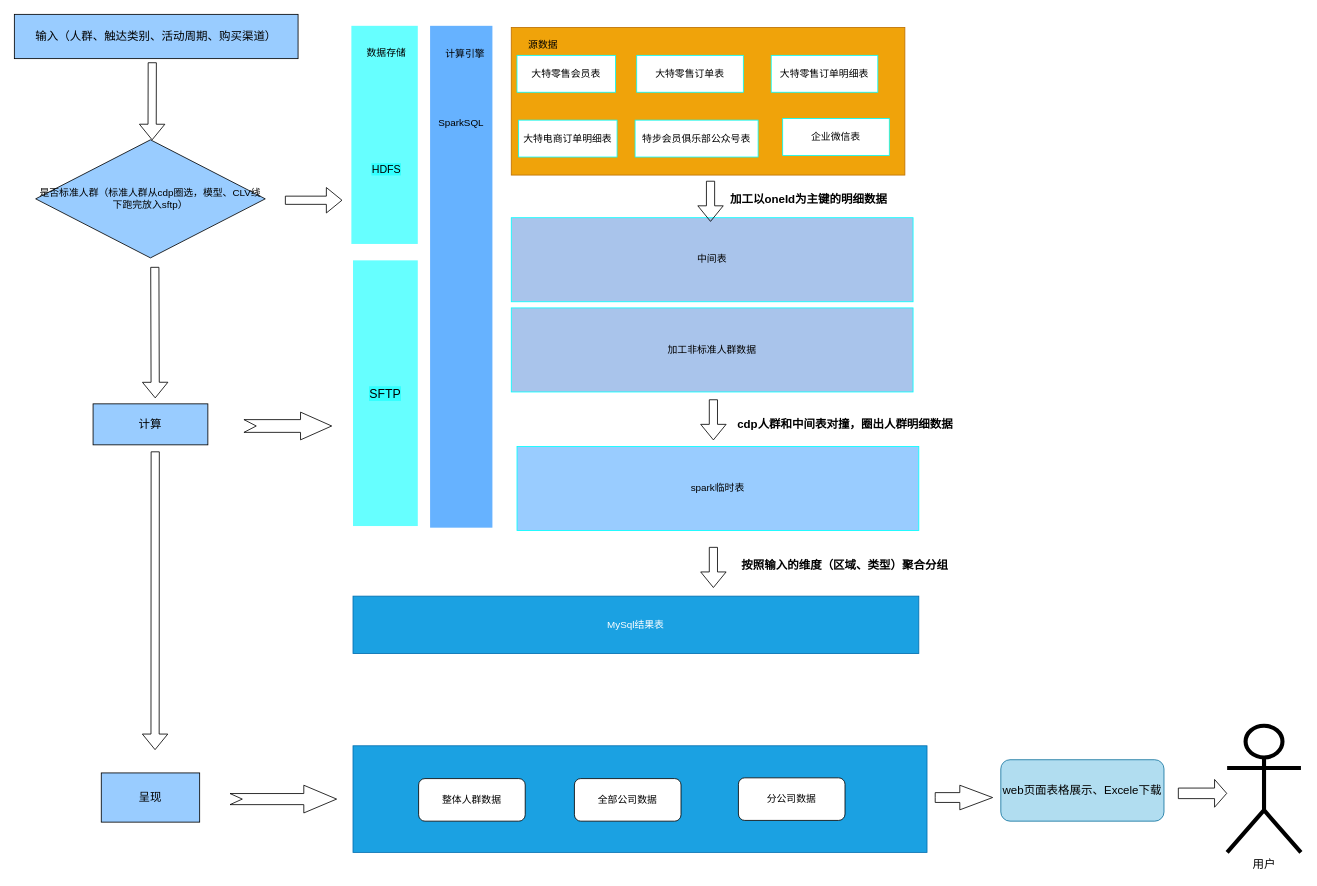
Earlier version of the draw.io diagram 活动报告.drawio (DThadch/draw). Source tidied: cells renumbered, new cells numbered last; positions are measured from the earlier drawing's top-left corner, leaving out a move shared by most shapes. Both pictures are drawn from the tidied source at 82%, with x=0, y=0 at pixel (14, 14).
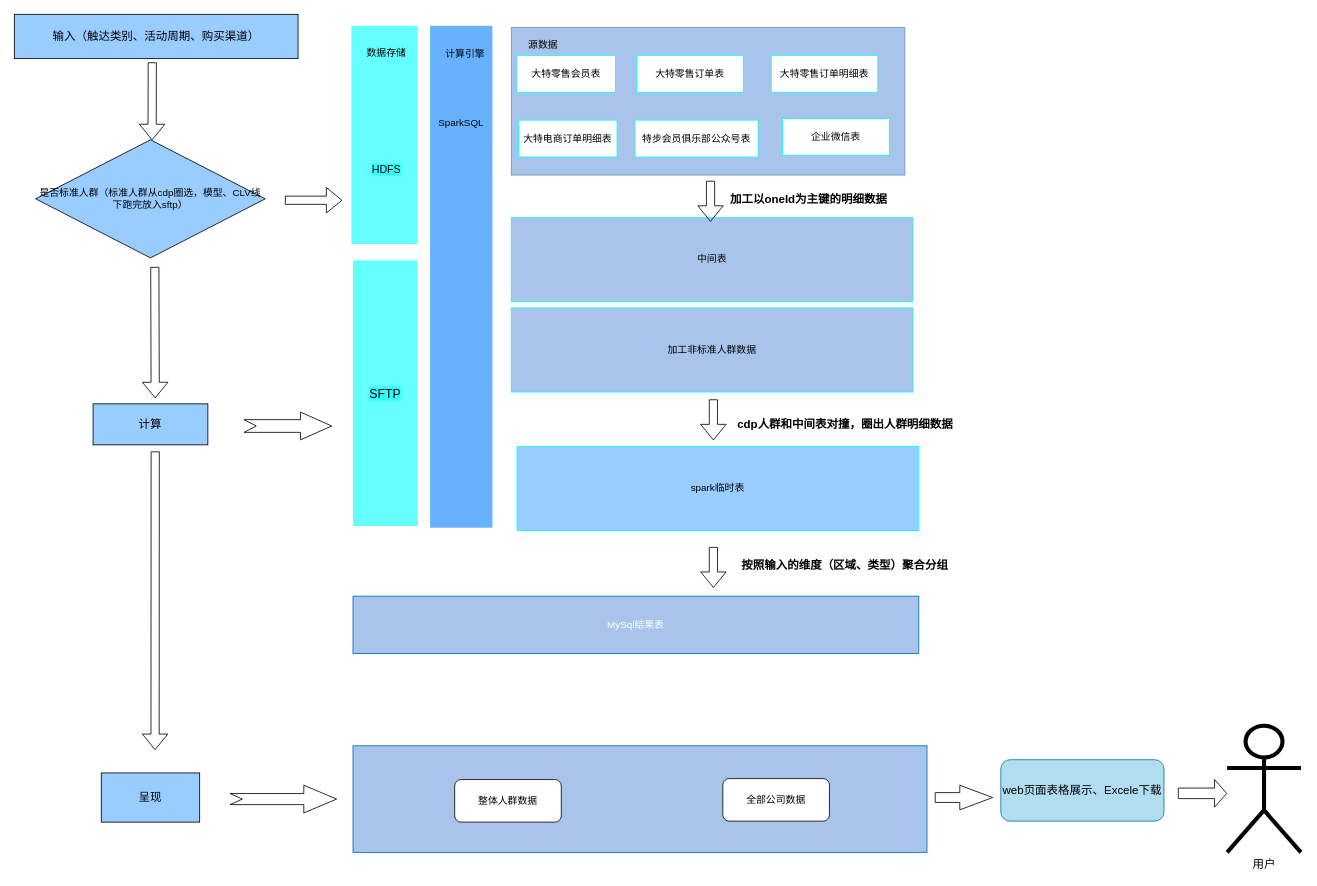
The same page after the edit.

Commit message (it also covers changes not shown here):
更新活动报告.drawio

The edit, as a diff of the source:
```diff
@@
-    <mxCell id="2" value="MySql结果表" style="rounded=0;whiteSpace=wrap;html=1;fillColor=#1ba1e2;fontColor=#ffffff;strokeColor=#006EAF;" parent="1" vertex="1">
+    <mxCell id="2" value="MySql结果表" style="rounded=0;whiteSpace=wrap;html=1;fillColor=#A9C4EB;fontColor=#ffffff;strokeColor=#006EAF;" parent="1" vertex="1">
       <mxGeometry x="413" y="709.5" width="690" height="70" as="geometry" />
     </mxCell>
@@
-    <mxCell id="9" style="rounded=0;whiteSpace=wrap;html=1;labelBackgroundColor=none;strokeColor=#BD7000;fontSize=12;fontColor=#000000;fillColor=#f0a30a;" parent="1" vertex="1">
+    <mxCell id="9" style="rounded=0;whiteSpace=wrap;html=1;labelBackgroundColor=none;strokeColor=#6c8ebf;fontSize=12;fillColor=#A9C4EB;" parent="1" vertex="1">
       <mxGeometry x="606" y="16" width="480" height="180" as="geometry" />
     </mxCell>
@@
-    <mxCell id="25" value="输入（人群、触达类别、活动周期、购买渠道）" style="rounded=0;whiteSpace=wrap;html=1;fontSize=14;fontColor=#000000;fillColor=#99CCFF;" parent="1" vertex="1">
+    <mxCell id="25" value="输入（触达类别、活动周期、购买渠道）" style="rounded=0;whiteSpace=wrap;html=1;fontSize=14;fontColor=#000000;fillColor=#99CCFF;" parent="1" vertex="1">
       <mxGeometry width="346" height="54" as="geometry" />
     </mxCell>
@@
-    <mxCell id="29" style="rounded=0;whiteSpace=wrap;html=1;fontSize=14;fontColor=#ffffff;fillColor=#1ba1e2;strokeColor=#006EAF;" parent="1" vertex="1">
+    <mxCell id="29" style="rounded=0;whiteSpace=wrap;html=1;fontSize=14;fontColor=#ffffff;fillColor=#A9C4EB;strokeColor=#006EAF;" parent="1" vertex="1">
       <mxGeometry x="413" y="892" width="700" height="130" as="geometry" />
     </mxCell>
@@
     <mxCell id="36" value="整体人群数据" style="rounded=1;whiteSpace=wrap;html=1;" parent="1" vertex="1">
-      <mxGeometry x="493" y="932" width="130" height="51.9" as="geometry" />
+      <mxGeometry x="537" y="933.2" width="130" height="51.9" as="geometry" />
     </mxCell>
     <mxCell id="37" value="全部公司数据" style="rounded=1;whiteSpace=wrap;html=1;" parent="1" vertex="1">
-      <mxGeometry x="683" y="932" width="130" height="51.9" as="geometry" />
+      <mxGeometry x="864" y="932" width="130" height="51.9" as="geometry" />
     </mxCell>
-    <mxCell id="38" value="分公司数据" style="rounded=1;whiteSpace=wrap;html=1;" parent="1" vertex="1">
-      <mxGeometry x="883" y="931.1" width="130" height="51.9" as="geometry" />
-    </mxCell>
```
